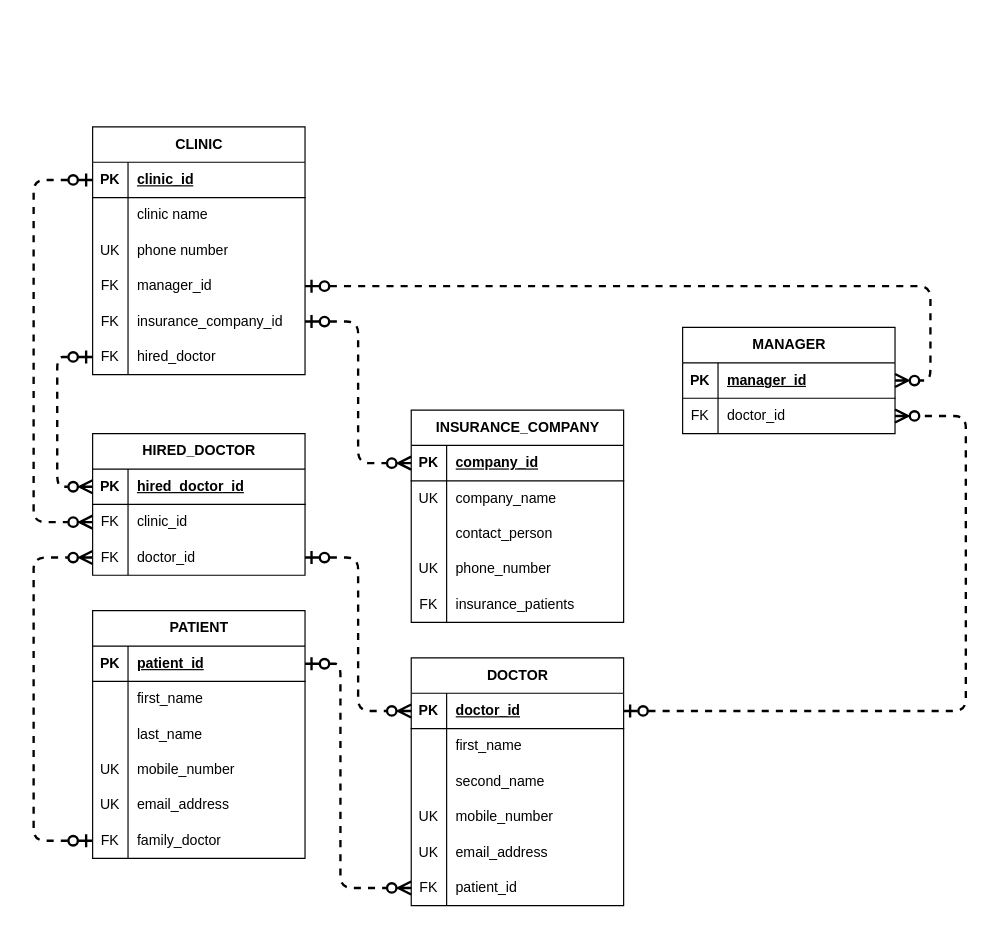
Earlier version of the draw.io diagram relational-database-design/chapter2/Untitled Diagram.drawio (qichendev/assignments). Source tidied: cells renumbered, new cells numbered last; positions are measured from the earlier drawing's top-left corner, leaving out a move shared by most shapes. Both pictures are drawn from the tidied source at 118%, with x=0, y=0 at pixel (33, 67).
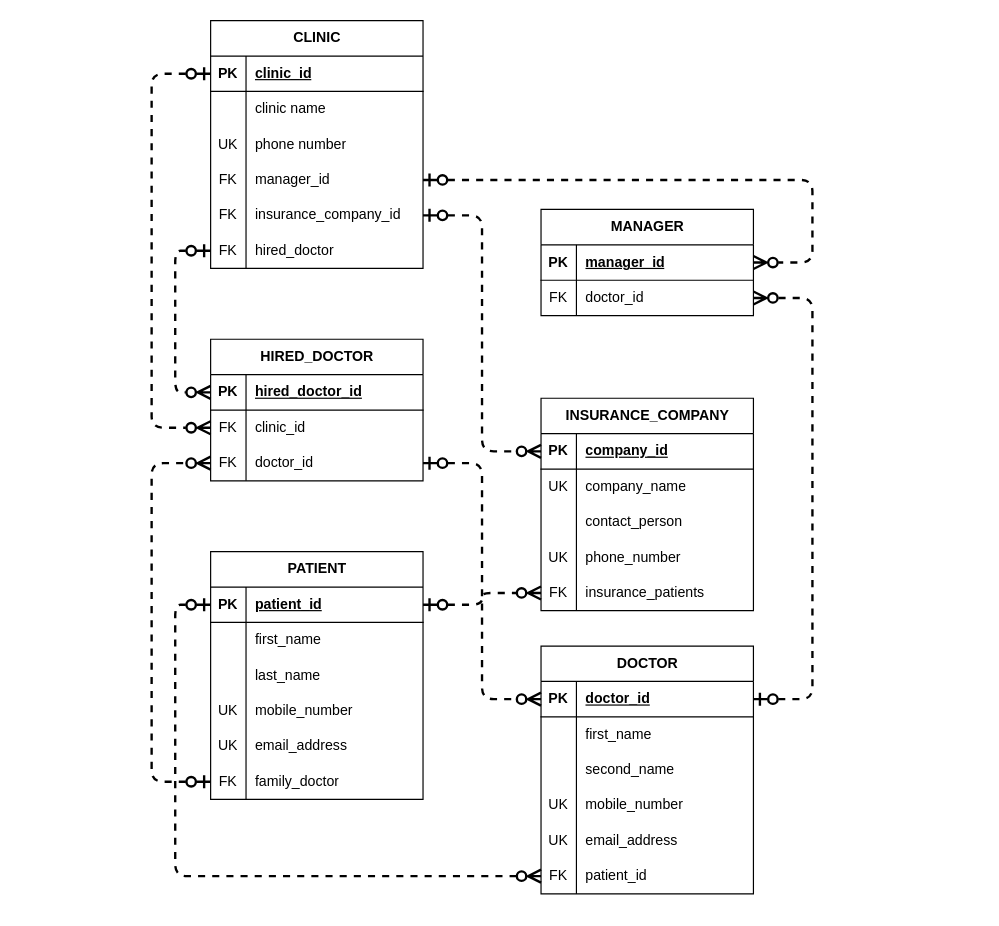
After the change.

Unchanged cells that the change refers to:
```xml
<mxCell id="3" style="shape=tableRow;horizontal=0;startSize=0;swimlaneHead=0;swimlaneBody=0;fillColor=none;points=[[0,0.5],[1,0.5]];portConstraint=eastwest;top=0;left=0;right=0;bottom=1;" parent="2" vertex="1">
  <mxGeometry y="30" width="180" height="30" as="geometry" />
</mxCell>
<mxCell id="12" style="shape=tableRow;horizontal=0;startSize=0;swimlaneHead=0;swimlaneBody=0;fillColor=none;points=[[0,0.5],[1,0.5]];portConstraint=eastwest;top=0;left=0;right=0;bottom=0;" parent="2" vertex="1">
  <mxGeometry y="120" width="180" height="30" as="geometry" />
</mxCell>
<mxCell id="18" style="shape=tableRow;horizontal=0;startSize=0;swimlaneHead=0;swimlaneBody=0;fillColor=none;points=[[0,0.5],[1,0.5]];portConstraint=eastwest;top=0;left=0;right=0;bottom=0;" parent="2" vertex="1">
  <mxGeometry y="180" width="180" height="30" as="geometry" />
</mxCell>
<mxCell id="22" style="shape=tableRow;horizontal=0;startSize=0;swimlaneHead=0;swimlaneBody=0;fillColor=none;points=[[0,0.5],[1,0.5]];portConstraint=eastwest;top=0;left=0;right=0;bottom=1;" parent="21" vertex="1">
  <mxGeometry y="30" width="180" height="30" as="geometry" />
</mxCell>
<mxCell id="37" style="shape=tableRow;horizontal=0;startSize=0;swimlaneHead=0;swimlaneBody=0;fillColor=none;points=[[0,0.5],[1,0.5]];portConstraint=eastwest;top=0;left=0;right=0;bottom=0;" parent="21" vertex="1">
  <mxGeometry y="180" width="180" height="30" as="geometry" />
</mxCell>
<mxCell id="42" style="shape=tableRow;horizontal=0;startSize=0;swimlaneHead=0;swimlaneBody=0;fillColor=none;points=[[0,0.5],[1,0.5]];portConstraint=eastwest;top=0;left=0;right=0;bottom=1;" parent="41" vertex="1">
  <mxGeometry y="30" width="180" height="30" as="geometry" />
</mxCell>
<mxCell id="57" style="shape=tableRow;horizontal=0;startSize=0;swimlaneHead=0;swimlaneBody=0;fillColor=none;points=[[0,0.5],[1,0.5]];portConstraint=eastwest;top=0;left=0;right=0;bottom=0;" parent="41" vertex="1">
  <mxGeometry y="180" width="180" height="30" as="geometry" />
</mxCell>
<mxCell id="61" style="shape=tableRow;horizontal=0;startSize=0;swimlaneHead=0;swimlaneBody=0;fillColor=none;points=[[0,0.5],[1,0.5]];portConstraint=eastwest;top=0;left=0;right=0;bottom=1;" parent="60" vertex="1">
  <mxGeometry y="30" width="180" height="30" as="geometry" />
</mxCell>
<mxCell id="64" style="shape=tableRow;horizontal=0;startSize=0;swimlaneHead=0;swimlaneBody=0;fillColor=none;points=[[0,0.5],[1,0.5]];portConstraint=eastwest;top=0;left=0;right=0;bottom=0;" parent="60" vertex="1">
  <mxGeometry y="60" width="180" height="30" as="geometry" />
</mxCell>
<mxCell id="80" style="shape=tableRow;horizontal=0;startSize=0;swimlaneHead=0;swimlaneBody=0;fillColor=none;points=[[0,0.5],[1,0.5]];portConstraint=eastwest;top=0;left=0;right=0;bottom=0;" parent="67" vertex="1">
  <mxGeometry y="150" width="180" height="30" as="geometry" />
</mxCell>
<mxCell id="87" style="shape=tableRow;horizontal=0;startSize=0;swimlaneHead=0;swimlaneBody=0;fillColor=none;points=[[0,0.5],[1,0.5]];portConstraint=eastwest;top=0;left=0;right=0;bottom=1;" parent="86" vertex="1">
  <mxGeometry y="30" width="180" height="30" as="geometry" />
</mxCell>
<mxCell id="90" style="shape=tableRow;horizontal=0;startSize=0;swimlaneHead=0;swimlaneBody=0;fillColor=none;points=[[0,0.5],[1,0.5]];portConstraint=eastwest;top=0;left=0;right=0;bottom=0;" parent="86" vertex="1">
  <mxGeometry y="60" width="180" height="30" as="geometry" />
</mxCell>
<mxCell id="93" style="shape=tableRow;horizontal=0;startSize=0;swimlaneHead=0;swimlaneBody=0;fillColor=none;points=[[0,0.5],[1,0.5]];portConstraint=eastwest;top=0;left=0;right=0;bottom=0;" parent="86" vertex="1">
  <mxGeometry y="90" width="180" height="30" as="geometry" />
</mxCell>
```

Change to the diagram source:
```diff
@@
     <mxCell id="2" value="CLINIC" style="shape=table;startSize=30;childLayout=tableLayout;rowLines=0;fontStyle=1;align=center;html=1;" parent="1" vertex="1">
-      <mxGeometry x="50" y="50" width="180" height="210" as="geometry" />
+      <mxGeometry x="150" y="-40" width="180" height="210" as="geometry" />
     </mxCell>
@@
     <mxCell id="21" value="DOCTOR" style="shape=table;startSize=30;childLayout=tableLayout;rowLines=0;fontStyle=1;align=center;html=1;" parent="1" vertex="1">
-      <mxGeometry x="320" y="500" width="180" height="210" as="geometry" />
+      <mxGeometry x="430" y="490" width="180" height="210" as="geometry" />
     </mxCell>
@@
     <mxCell id="41" value="PATIENT" style="shape=table;startSize=30;childLayout=tableLayout;rowLines=0;fontStyle=1;align=center;html=1;" parent="1" vertex="1">
-      <mxGeometry x="50" y="460" width="180" height="210" as="geometry" />
+      <mxGeometry x="150" y="410" width="180" height="210" as="geometry" />
     </mxCell>
@@
     <mxCell id="60" value="MANAGER" style="shape=table;startSize=30;childLayout=tableLayout;rowLines=0;fontStyle=1;align=center;html=1;" parent="1" vertex="1">
-      <mxGeometry x="550" y="220" width="180" height="90" as="geometry" />
+      <mxGeometry x="430" y="120" width="180" height="90" as="geometry" />
     </mxCell>
@@
     <mxCell id="67" value="INSURANCE_COMPANY" style="shape=table;startSize=30;childLayout=tableLayout;rowLines=0;fontStyle=1;align=center;html=1;" parent="1" vertex="1">
-      <mxGeometry x="320" y="290" width="180" height="180" as="geometry" />
+      <mxGeometry x="430" y="280" width="180" height="180" as="geometry" />
     </mxCell>
@@
     <mxCell id="83" style="edgeStyle=elbowEdgeStyle;fontSize=12;html=1;endArrow=ERzeroToMany;startArrow=ERzeroToOne;rounded=1;endSize=8;startSize=8;strokeWidth=2;dashed=1;jumpStyle=none;curved=0;startFill=0;endFill=0;entryX=1;entryY=0.5;entryDx=0;entryDy=0;exitX=1;exitY=0.5;exitDx=0;exitDy=0;" parent="1" edge="1" source="22" target="64">
       <mxGeometry relative="1" as="geometry">
         <Array as="points">
-          <mxPoint x="790" y="380" />
+          <mxPoint x="660" y="370" />
         </Array>
       </mxGeometry>
     </mxCell>
     <mxCell id="84" style="edgeStyle=elbowEdgeStyle;fontSize=12;html=1;endArrow=ERzeroToMany;startArrow=ERzeroToOne;rounded=1;endSize=8;startSize=8;strokeWidth=2;dashed=1;jumpStyle=none;curved=0;startFill=0;endFill=0;entryX=1;entryY=0.5;entryDx=0;entryDy=0;exitX=1;exitY=0.5;exitDx=0;exitDy=0;elbow=vertical;" parent="1" edge="1" source="12" target="61">
       <mxGeometry relative="1" as="geometry">
         <Array as="points">
-          <mxPoint x="760" />
+          <mxPoint x="660" y="70" />
         </Array>
       </mxGeometry>
     </mxCell>
-    <mxCell id="85" style="edgeStyle=elbowEdgeStyle;fontSize=12;html=1;endArrow=ERzeroToMany;startArrow=ERzeroToOne;rounded=1;endSize=8;startSize=8;strokeWidth=2;dashed=1;jumpStyle=none;curved=0;entryX=0;entryY=0.5;entryDx=0;entryDy=0;startFill=0;endFill=0;exitX=1;exitY=0.5;exitDx=0;exitDy=0;elbow=horizontal;" parent="1" edge="1" source="42" target="37">
+    <mxCell id="85" style="edgeStyle=elbowEdgeStyle;fontSize=12;html=1;endArrow=ERzeroToMany;startArrow=ERzeroToOne;rounded=1;endSize=8;startSize=8;strokeWidth=2;dashed=1;jumpStyle=none;curved=0;entryX=0;entryY=0.5;entryDx=0;entryDy=0;startFill=0;endFill=0;exitX=0;exitY=0.5;exitDx=0;exitDy=0;elbow=horizontal;" parent="1" edge="1" source="42" target="37">
       <mxGeometry relative="1" as="geometry">
         <Array as="points">
-          <mxPoint x="260" y="610" />
+          <mxPoint x="120" y="610" />
         </Array>
       </mxGeometry>
     </mxCell>
     <mxCell id="86" value="HIRED_DOCTOR" style="shape=table;startSize=30;childLayout=tableLayout;rowLines=0;fontStyle=1;align=center;html=1;" parent="1" vertex="1">
-      <mxGeometry x="50" y="310" width="180" height="120" as="geometry" />
+      <mxGeometry x="150" y="230" width="180" height="120" as="geometry" />
     </mxCell>
@@
     <mxCell id="96" style="edgeStyle=elbowEdgeStyle;fontSize=12;html=1;endArrow=ERzeroToMany;startArrow=ERzeroToOne;rounded=1;endSize=8;startSize=8;strokeWidth=2;dashed=1;jumpStyle=none;curved=0;entryX=0;entryY=0.5;entryDx=0;entryDy=0;startFill=0;endFill=0;exitX=0;exitY=0.5;exitDx=0;exitDy=0;elbow=horizontal;" parent="1" edge="1" source="3" target="90">
       <mxGeometry relative="1" as="geometry">
         <Array as="points">
-          <mxPoint y="280" />
+          <mxPoint x="100" y="230" />
         </Array>
       </mxGeometry>
     </mxCell>
     <mxCell id="97" style="edgeStyle=elbowEdgeStyle;fontSize=12;html=1;endArrow=ERzeroToMany;startArrow=ERzeroToOne;rounded=1;endSize=8;startSize=8;strokeWidth=2;dashed=1;jumpStyle=none;curved=0;entryX=0;entryY=0.5;entryDx=0;entryDy=0;startFill=0;endFill=0;exitX=0;exitY=0.5;exitDx=0;exitDy=0;elbow=horizontal;" parent="1" edge="1" source="57" target="93">
       <mxGeometry relative="1" as="geometry">
         <Array as="points">
-          <mxPoint y="560" />
+          <mxPoint x="100" y="510" />
         </Array>
       </mxGeometry>
     </mxCell>
@@
     <mxCell id="99" style="edgeStyle=elbowEdgeStyle;fontSize=12;html=1;endArrow=ERzeroToMany;startArrow=ERzeroToOne;rounded=1;endSize=8;startSize=8;strokeWidth=2;dashed=1;jumpStyle=none;curved=0;startFill=0;endFill=0;exitX=0;exitY=0.5;exitDx=0;exitDy=0;entryX=0;entryY=0.5;entryDx=0;entryDy=0;" parent="1" edge="1" source="18" target="87">
       <mxGeometry relative="1" as="geometry">
         <Array as="points">
-          <mxPoint x="20" y="320" />
+          <mxPoint x="120" y="270" />
         </Array>
       </mxGeometry>
     </mxCell>
+    <mxCell id="100" style="edgeStyle=elbowEdgeStyle;fontSize=12;html=1;endArrow=ERzeroToMany;startArrow=ERzeroToOne;rounded=1;endSize=8;startSize=8;strokeWidth=2;dashed=1;jumpStyle=none;curved=0;entryX=0;entryY=0.5;entryDx=0;entryDy=0;startFill=0;endFill=0;exitX=1;exitY=0.5;exitDx=0;exitDy=0;elbow=horizontal;" parent="1" edge="1" source="42" target="80">
+      <mxGeometry relative="1" as="geometry" />
+    </mxCell>
```
